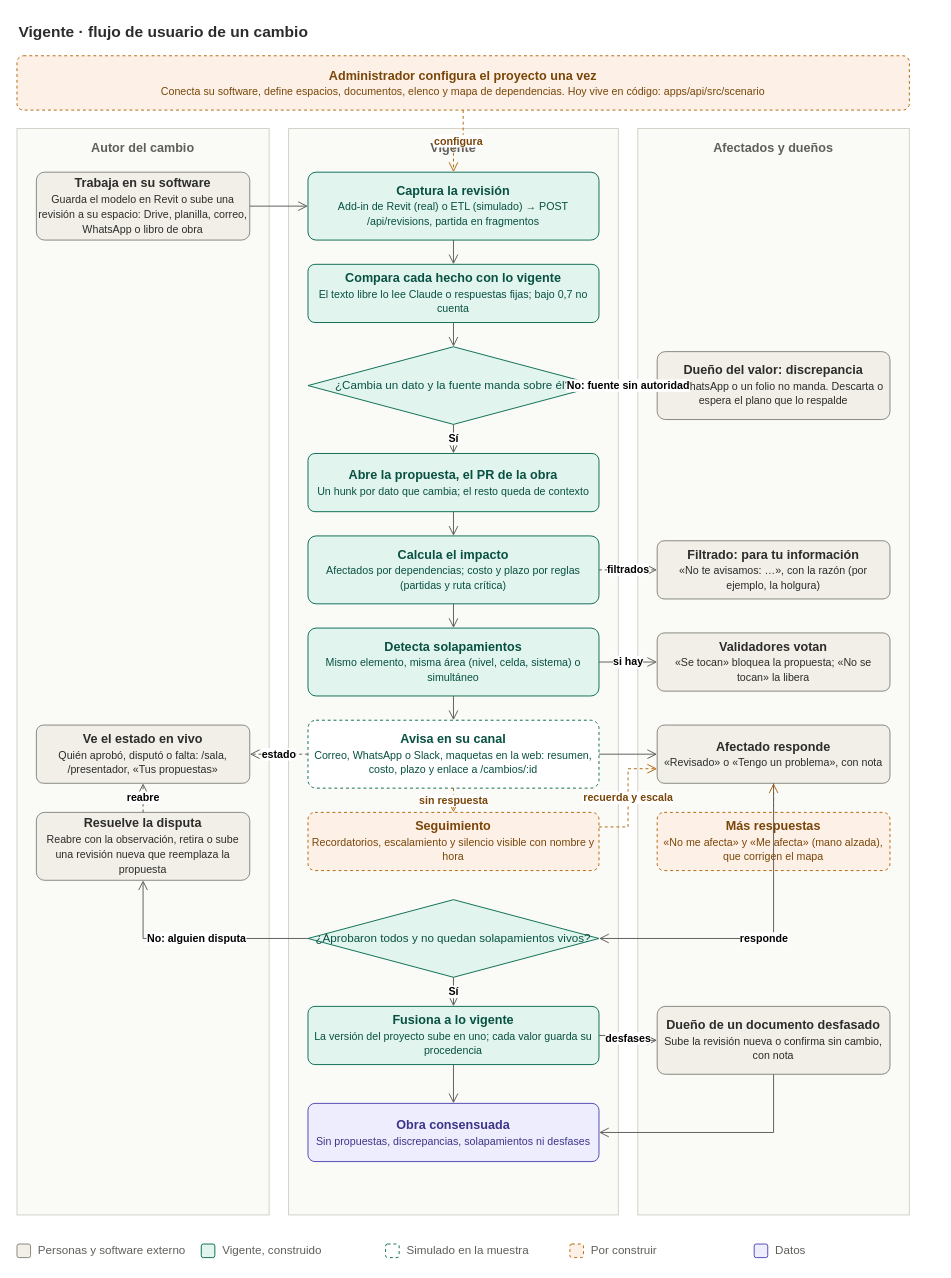
platanus-hack/platanus-hack-26-cl-team-27 keeps this draw.io diagram as docs/spec/flujo-usuario.drawio. Above is the earlier version. Source tidied: cells renumbered, new cells numbered last; positions are measured from the earlier drawing's top-left corner, leaving out a move shared by most shapes. Both pictures are drawn from the tidied source at 97%, with x=0, y=0 at pixel (16, 16).
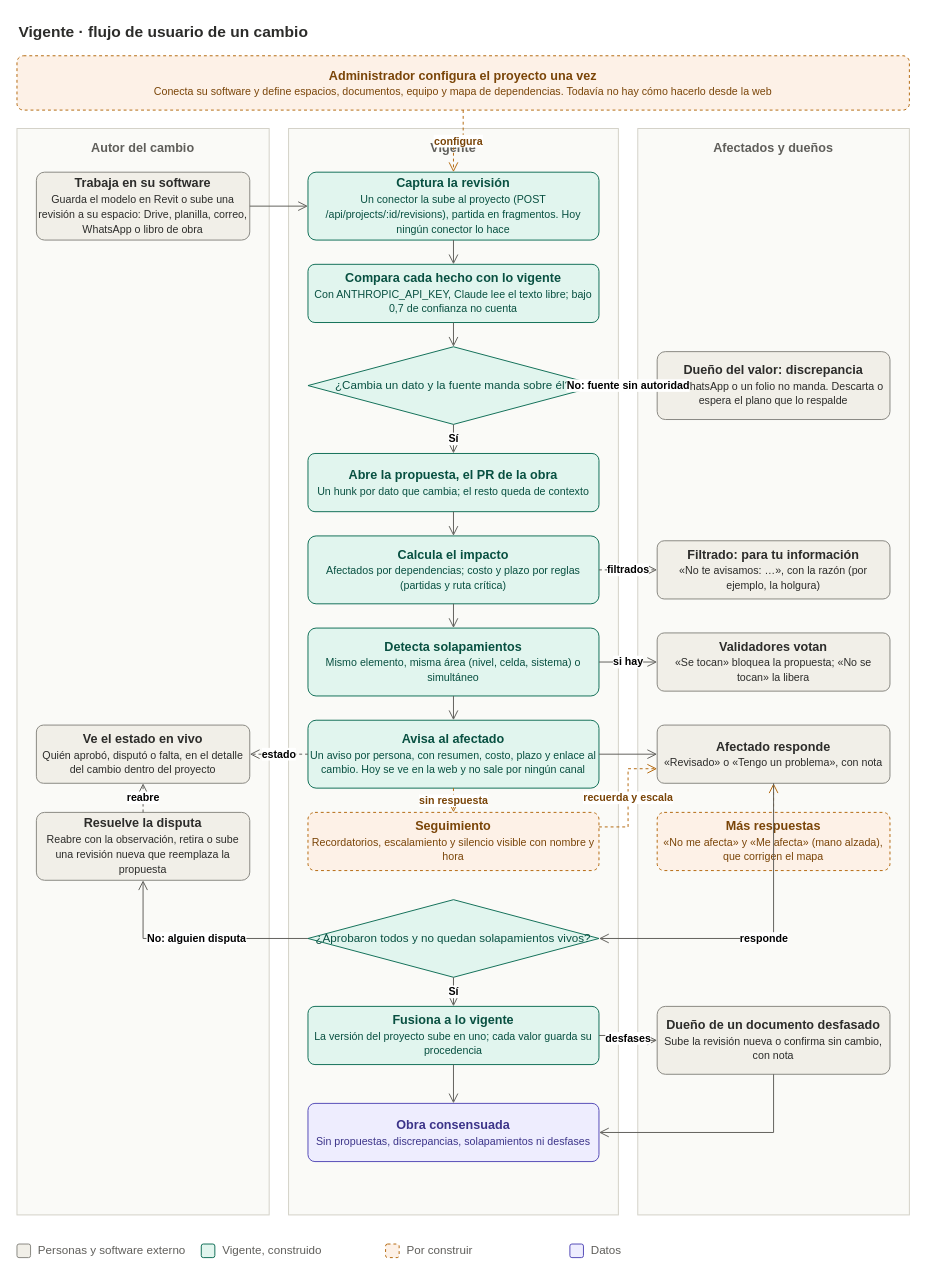
The same page after the edit.

Change to the diagram source:
```diff
@@
-    <mxCell id="3" value="&lt;b&gt;Administrador configura el proyecto una vez&lt;/b&gt;&lt;br&gt;&lt;span style=&quot;font-size:11px&quot;&gt;Conecta su software, define espacios, documentos, elenco y mapa de dependencias. Hoy vive en código: apps/api/src/scenario&lt;/span&gt;" style="rounded=1;whiteSpace=wrap;html=1;arcSize=12;fontSize=13;fillColor=#FDF1E7;strokeColor=#B4690E;fontColor=#7A4508;dashed=1;" parent="1" vertex="1">
+    <mxCell id="3" value="&lt;b&gt;Administrador configura el proyecto una vez&lt;/b&gt;&lt;br&gt;&lt;span style=&quot;font-size:11px&quot;&gt;Conecta su software y define espacios, documentos, equipo y mapa de dependencias. Todavía no hay cómo hacerlo desde la web&lt;/span&gt;" style="rounded=1;whiteSpace=wrap;html=1;arcSize=12;fontSize=13;fillColor=#FDF1E7;strokeColor=#B4690E;fontColor=#7A4508;dashed=1;" parent="1" vertex="1">
       <mxGeometry y="40" width="920" height="56" as="geometry" />
     </mxCell>
@@
-    <mxCell id="8" value="&lt;b&gt;Captura la revisión&lt;/b&gt;&lt;br&gt;&lt;span style=&quot;font-size:11px&quot;&gt;Add-in de Revit (real) o ETL (simulado) → POST /api/revisions, partida en fragmentos&lt;/span&gt;" style="rounded=1;whiteSpace=wrap;html=1;arcSize=12;fontSize=13;fillColor=#E1F5EE;strokeColor=#0F6E56;fontColor=#085041;" parent="1" vertex="1">
+    <mxCell id="8" value="&lt;b&gt;Captura la revisión&lt;/b&gt;&lt;br&gt;&lt;span style=&quot;font-size:11px&quot;&gt;Un conector la sube al proyecto (POST /api/projects/:id/revisions), partida en fragmentos. Hoy ningún conector lo hace&lt;/span&gt;" style="rounded=1;whiteSpace=wrap;html=1;arcSize=12;fontSize=13;fillColor=#E1F5EE;strokeColor=#0F6E56;fontColor=#085041;" parent="1" vertex="1">
       <mxGeometry x="300" y="160" width="300" height="70" as="geometry" />
     </mxCell>
-    <mxCell id="9" value="&lt;b&gt;Compara cada hecho con lo vigente&lt;/b&gt;&lt;br&gt;&lt;span style=&quot;font-size:11px&quot;&gt;El texto libre lo lee Claude o respuestas fijas; bajo 0,7 no cuenta&lt;/span&gt;" style="rounded=1;whiteSpace=wrap;html=1;arcSize=12;fontSize=13;fillColor=#E1F5EE;strokeColor=#0F6E56;fontColor=#085041;" parent="1" vertex="1">
+    <mxCell id="9" value="&lt;b&gt;Compara cada hecho con lo vigente&lt;/b&gt;&lt;br&gt;&lt;span style=&quot;font-size:11px&quot;&gt;Con ANTHROPIC_API_KEY, Claude lee el texto libre; bajo 0,7 de confianza no cuenta&lt;/span&gt;" style="rounded=1;whiteSpace=wrap;html=1;arcSize=12;fontSize=13;fillColor=#E1F5EE;strokeColor=#0F6E56;fontColor=#085041;" parent="1" vertex="1">
       <mxGeometry x="300" y="255" width="300" height="60" as="geometry" />
     </mxCell>
@@
-    <mxCell id="17" value="&lt;b&gt;Avisa en su canal&lt;/b&gt;&lt;br&gt;&lt;span style=&quot;font-size:11px&quot;&gt;Correo, WhatsApp o Slack, maquetas en la web: resumen, costo, plazo y enlace a /cambios/:id&lt;/span&gt;" style="rounded=1;whiteSpace=wrap;html=1;arcSize=12;fontSize=13;fillColor=#FFFFFF;strokeColor=#0F6E56;fontColor=#085041;dashed=1;" parent="1" vertex="1">
+    <mxCell id="17" value="&lt;b&gt;Avisa al afectado&lt;/b&gt;&lt;br&gt;&lt;span style=&quot;font-size:11px&quot;&gt;Un aviso por persona, con resumen, costo, plazo y enlace al cambio. Hoy se ve en la web y no sale por ningún canal&lt;/span&gt;" style="rounded=1;whiteSpace=wrap;html=1;arcSize=12;fontSize=13;fillColor=#E1F5EE;strokeColor=#0F6E56;fontColor=#085041;" parent="1" vertex="1">
       <mxGeometry x="300" y="725" width="300" height="70" as="geometry" />
     </mxCell>
-    <mxCell id="18" value="&lt;b&gt;Ve el estado en vivo&lt;/b&gt;&lt;br&gt;&lt;span style=&quot;font-size:11px&quot;&gt;Quién aprobó, disputó o falta: /sala, /presentador, «Tus propuestas»&lt;/span&gt;" style="rounded=1;whiteSpace=wrap;html=1;arcSize=12;fontSize=13;fillColor=#F1EFE8;strokeColor=#888780;fontColor=#2C2C2A;" parent="1" vertex="1">
+    <mxCell id="18" value="&lt;b&gt;Ve el estado en vivo&lt;/b&gt;&lt;br&gt;&lt;span style=&quot;font-size:11px&quot;&gt;Quién aprobó, disputó o falta, en el detalle del cambio dentro del proyecto&lt;/span&gt;" style="rounded=1;whiteSpace=wrap;html=1;arcSize=12;fontSize=13;fillColor=#F1EFE8;strokeColor=#888780;fontColor=#2C2C2A;" parent="1" vertex="1">
       <mxGeometry x="20" y="730" width="220" height="60" as="geometry" />
     </mxCell>
@@
-    <mxCell id="54" style="rounded=1;html=1;fillColor=#FFFFFF;strokeColor=#0F6E56;dashed=1;" parent="1" vertex="1">
-      <mxGeometry x="380" y="1265" width="14" height="14" as="geometry" />
-    </mxCell>
-    <mxCell id="55" value="Simulado en la muestra" style="text;html=1;align=left;verticalAlign=middle;fontSize=12;fontColor=#5F5E5A;" parent="1" vertex="1">
-      <mxGeometry x="400" y="1260" width="165" height="24" as="geometry" />
-    </mxCell>
     <mxCell id="56" style="rounded=1;html=1;fillColor=#FDF1E7;strokeColor=#B4690E;dashed=1;" parent="1" vertex="1">
-      <mxGeometry x="570" y="1265" width="14" height="14" as="geometry" />
+      <mxGeometry x="380" y="1265" width="14" height="14" as="geometry" />
     </mxCell>
     <mxCell id="57" value="Por construir" style="text;html=1;align=left;verticalAlign=middle;fontSize=12;fontColor=#5F5E5A;" parent="1" vertex="1">
-      <mxGeometry x="590" y="1260" width="165" height="24" as="geometry" />
+      <mxGeometry x="400" y="1260" width="165" height="24" as="geometry" />
     </mxCell>
     <mxCell id="58" style="rounded=1;html=1;fillColor=#EEEDFE;strokeColor=#534AB7;" parent="1" vertex="1">
-      <mxGeometry x="760" y="1265" width="14" height="14" as="geometry" />
+      <mxGeometry x="570" y="1265" width="14" height="14" as="geometry" />
     </mxCell>
     <mxCell id="59" value="Datos" style="text;html=1;align=left;verticalAlign=middle;fontSize=12;fontColor=#5F5E5A;" parent="1" vertex="1">
-      <mxGeometry x="780" y="1260" width="165" height="24" as="geometry" />
+      <mxGeometry x="590" y="1260" width="165" height="24" as="geometry" />
     </mxCell>
```
